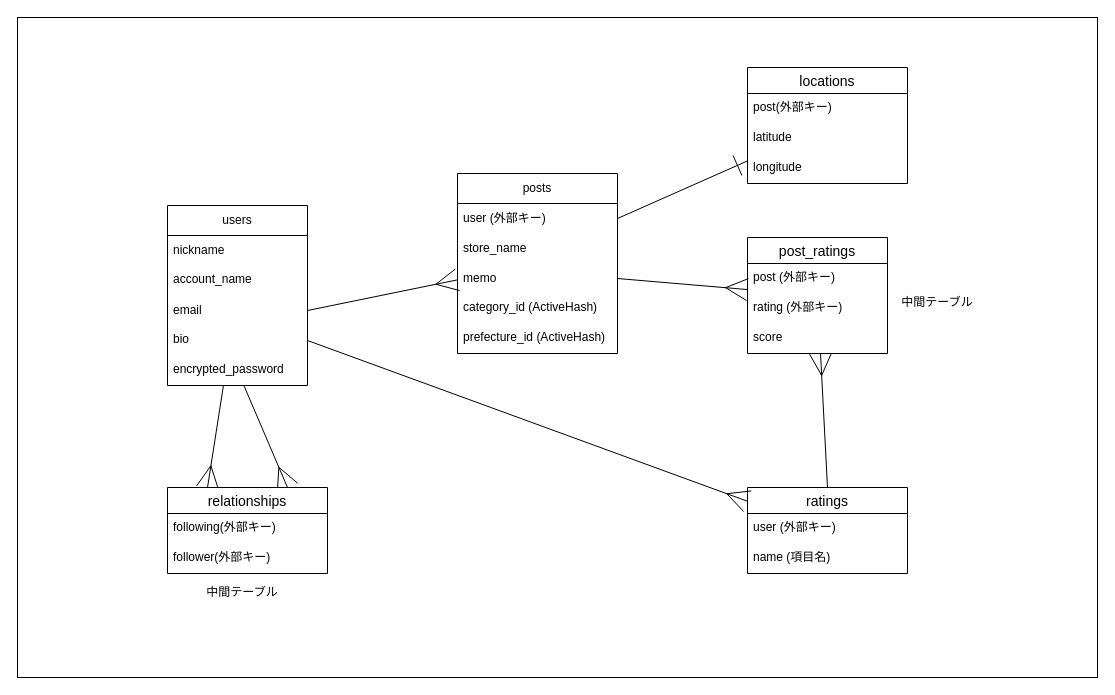
Earlier version of the draw.io diagram food_snap.dio (Sasagamo/food-snap). Source tidied: cells renumbered, new cells numbered last; positions are measured from the earlier drawing's top-left corner, leaving out a move shared by most shapes. Both pictures are drawn from the tidied source at 100%, with x=0, y=0 at pixel (17, 17).
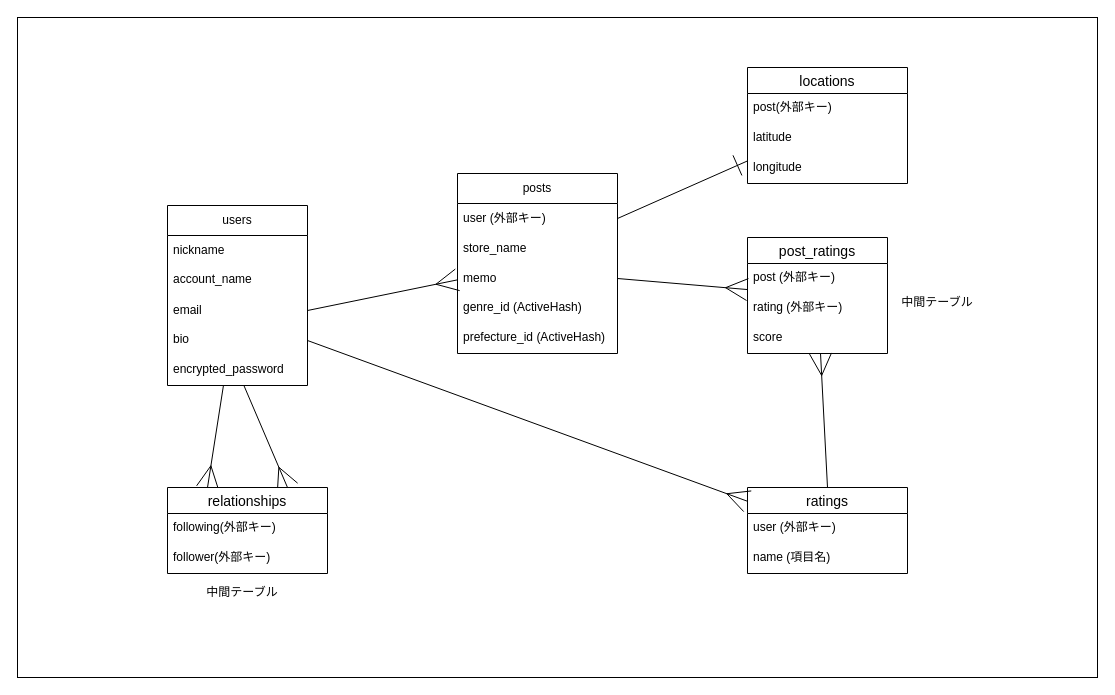
After the change.

The change refers to these unchanged cells:
```xml
<mxCell id="9" value="posts" style="swimlane;fontStyle=0;horizontal=1;startSize=30;whiteSpace=wrap;html=1;" parent="1" vertex="1">
  <mxGeometry x="440" y="156" width="160" height="180" as="geometry" />
</mxCell>
```

What changed in the source:
```diff
@@
-    <mxCell id="13" value="category_id (ActiveHash)" style="text;strokeColor=none;fillColor=none;spacingLeft=4;spacingRight=4;overflow=hidden;fontSize=12;" parent="9" vertex="1">
+    <mxCell id="13" value="genre_id (ActiveHash)" style="text;strokeColor=none;fillColor=none;spacingLeft=4;spacingRight=4;overflow=hidden;fontSize=12;" parent="9" vertex="1">
       <mxGeometry y="120" width="160" height="30" as="geometry" />
     </mxCell>
```
